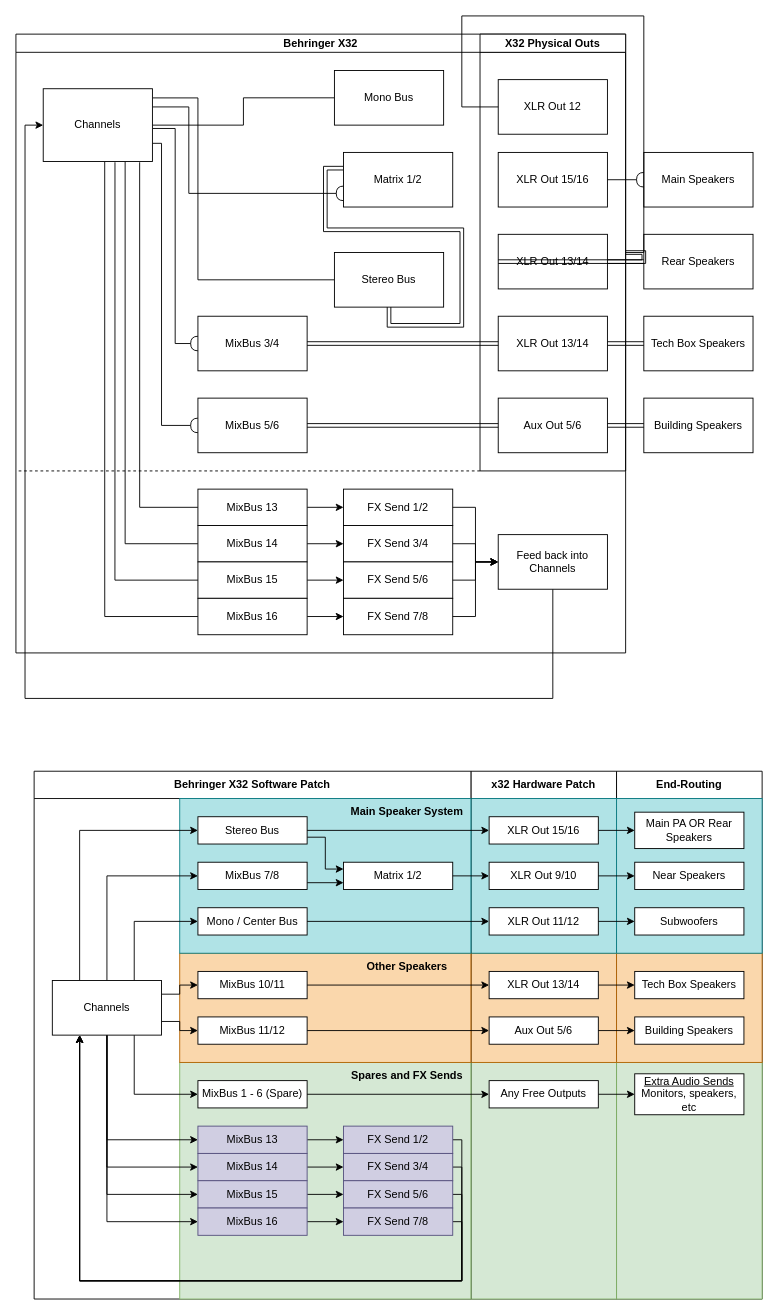
This is page "X32 Setup" (1 of 2) of bedlam.drawio from leon0241/bedlam-audio-route, a draw.io file, before an edit. Source tidied: cells renumbered, new cells numbered last; positions are measured from the earlier drawing's top-left corner, leaving out a move shared by most shapes. Both pictures are drawn from the tidied source at 91%, with x=0, y=0 at pixel (15, 34).
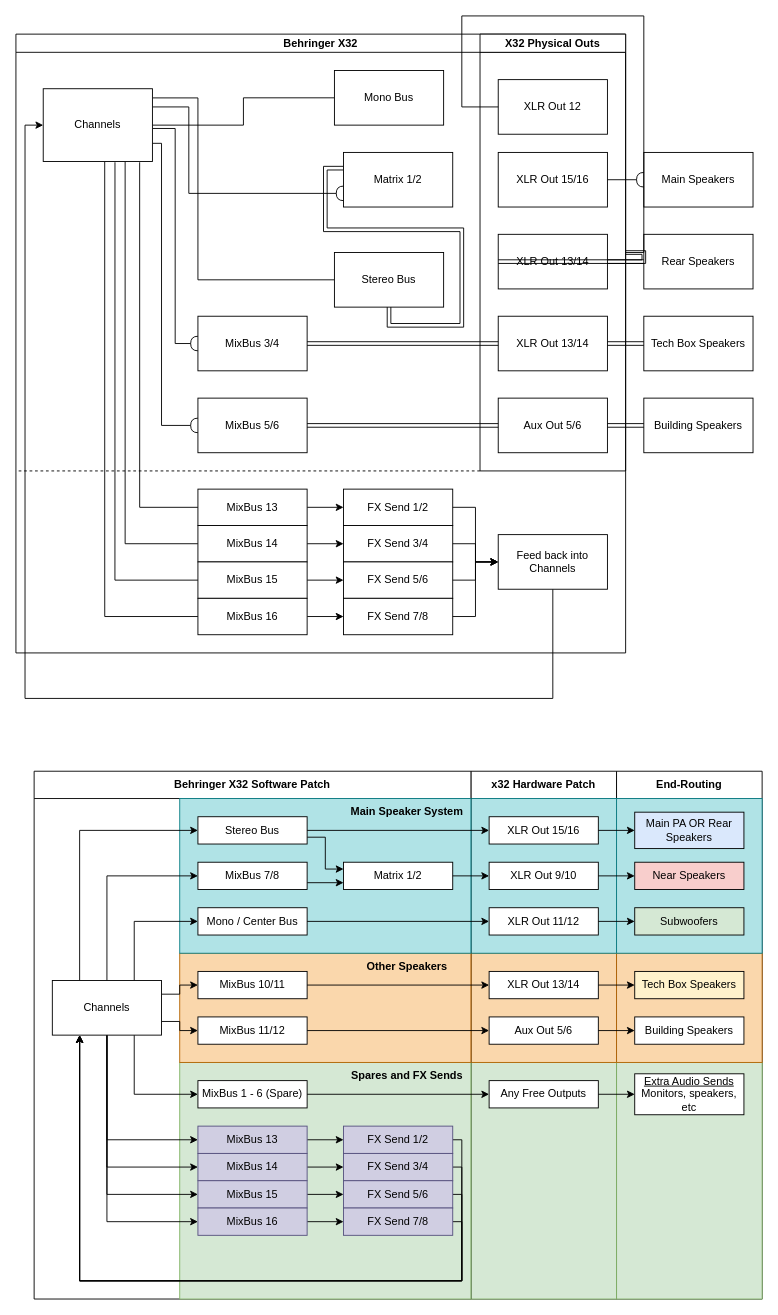
The same page after the edit.

Unchanged cells that the change refers to:
```xml
<mxCell id="2" value="End-Routing" style="swimlane;whiteSpace=wrap;html=1;startSize=30;" parent="1" vertex="1">
  <mxGeometry x="660" y="810" width="160" height="580" as="geometry" />
</mxCell>
```

Change to the diagram source:
```diff
@@
-    <mxCell id="8" value="Tech Box Speakers" style="rounded=0;whiteSpace=wrap;html=1;" parent="2" vertex="1">
+    <mxCell id="8" value="Tech Box Speakers" style="rounded=0;whiteSpace=wrap;html=1;fillColor=#fff2cc;strokeColor=#000000;" parent="2" vertex="1">
       <mxGeometry x="20" y="220" width="120" height="30" as="geometry" />
     </mxCell>
-    <mxCell id="9" value="Subwoofers" style="rounded=0;whiteSpace=wrap;html=1;" parent="2" vertex="1">
+    <mxCell id="9" value="Subwoofers" style="rounded=0;whiteSpace=wrap;html=1;fillColor=#d5e8d4;strokeColor=#000000;" parent="2" vertex="1">
       <mxGeometry x="20" y="150" width="120" height="30" as="geometry" />
     </mxCell>
-    <mxCell id="10" value="Near Speakers" style="rounded=0;whiteSpace=wrap;html=1;" parent="2" vertex="1">
+    <mxCell id="10" value="Near Speakers" style="rounded=0;whiteSpace=wrap;html=1;fillColor=#f8cecc;strokeColor=#000000;" parent="2" vertex="1">
       <mxGeometry x="20" y="100" width="120" height="30" as="geometry" />
     </mxCell>
-    <mxCell id="11" value="Main PA OR Rear Speakers" style="rounded=0;whiteSpace=wrap;html=1;" parent="2" vertex="1">
+    <mxCell id="11" value="Main PA OR Rear Speakers" style="rounded=0;whiteSpace=wrap;html=1;fillColor=#dae8fc;strokeColor=#000000;" parent="2" vertex="1">
       <mxGeometry x="20" y="45" width="120" height="40" as="geometry" />
     </mxCell>
```
